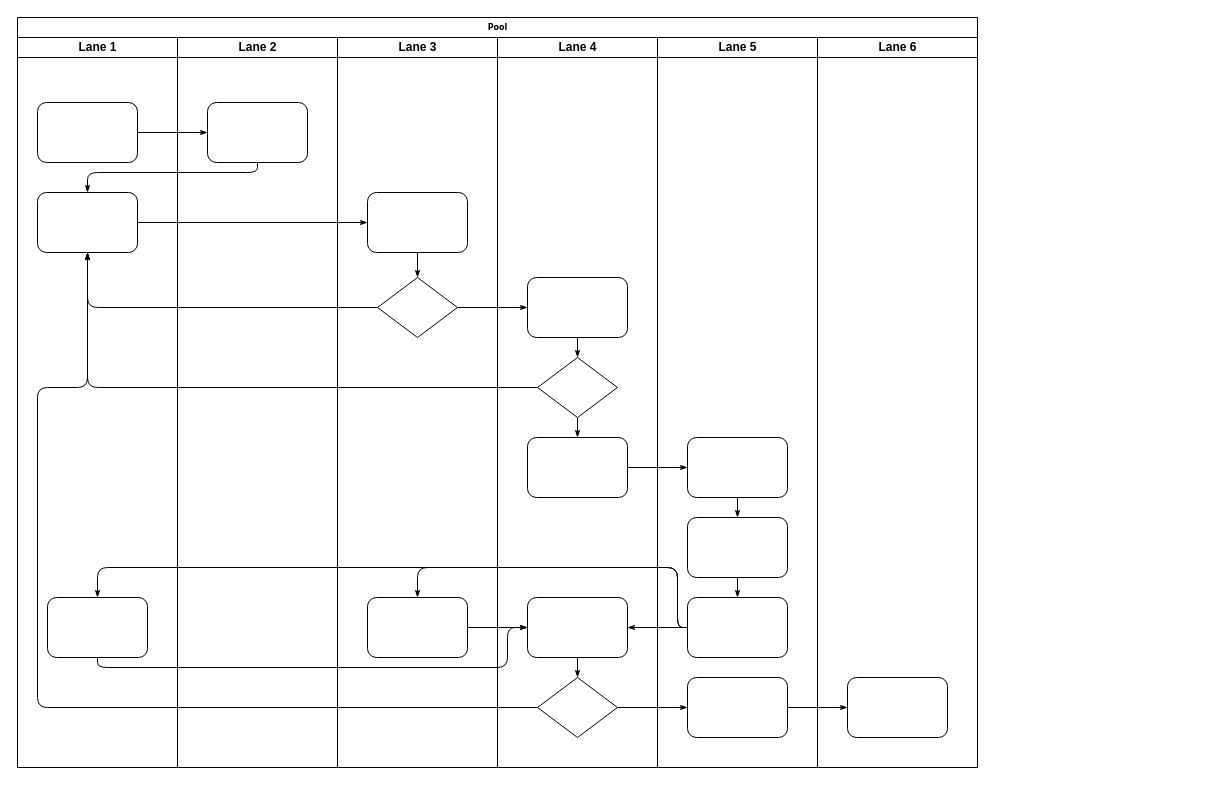
Earlier version of the draw.io diagram Untitled Diagram.drawio (iamcalegari/app-ic). Source tidied: cells renumbered, new cells numbered last; positions are measured from the earlier drawing's top-left corner, leaving out a move shared by most shapes. Both pictures are drawn from the tidied source at 100%, with x=0, y=0 at pixel (17, 17).
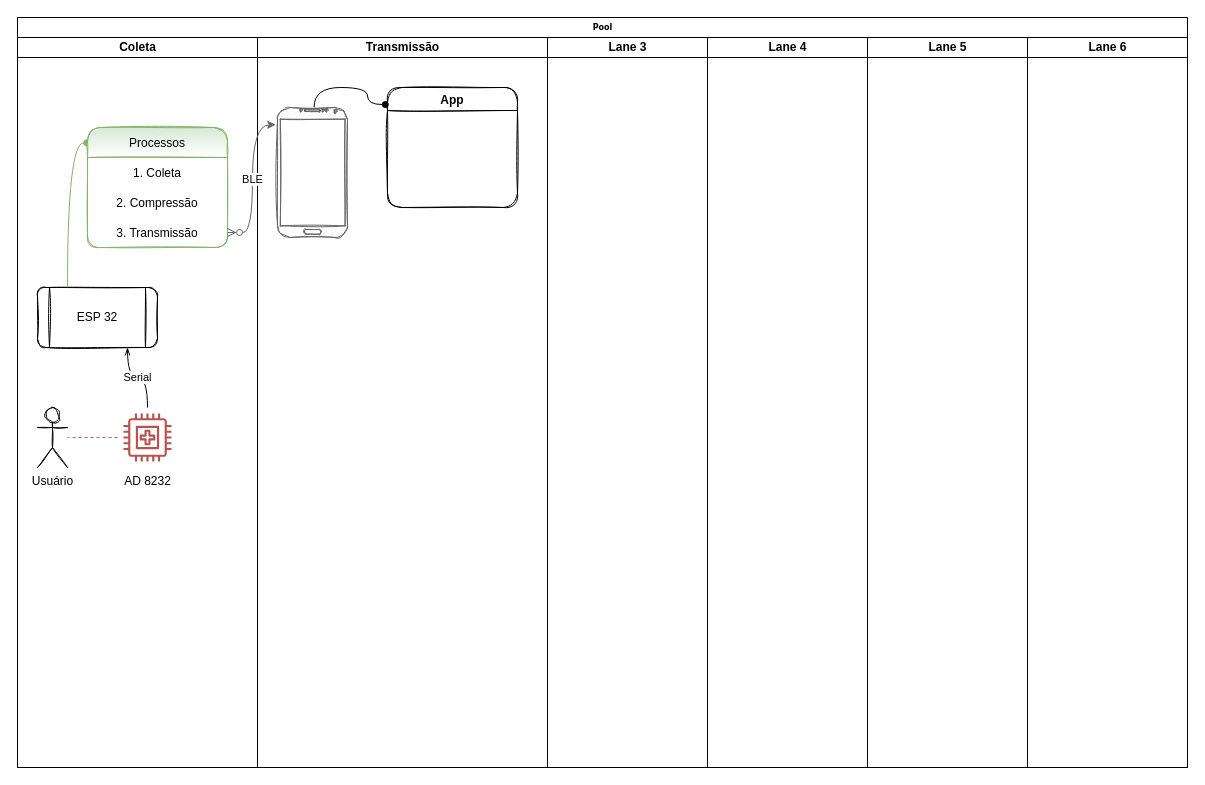
The same page after the edit.

Change to the diagram source:
```diff
@@
     <mxCell id="2" value="Pool" style="swimlane;html=1;startSize=20;rounded=0;shadow=0;labelBackgroundColor=none;strokeWidth=1;fontFamily=Verdana;fontSize=8;align=center;" parent="1" vertex="1">
-      <mxGeometry width="960" height="750" as="geometry" />
+      <mxGeometry width="1170" height="750" as="geometry" />
     </mxCell>
-    <mxCell id="3" value="Lane 1" style="swimlane;html=1;startSize=20;" parent="2" vertex="1">
-      <mxGeometry y="20" width="160" height="730" as="geometry" />
+    <mxCell id="3" value="Coleta" style="swimlane;html=1;startSize=20;" parent="2" vertex="1">
+      <mxGeometry y="20" width="240" height="730" as="geometry" />
     </mxCell>
-    <mxCell id="4" style="rounded=1;whiteSpace=wrap;html=1;shadow=0;labelBackgroundColor=none;strokeWidth=1;fontFamily=Verdana;fontSize=8;align=center;" parent="3" vertex="1">
-      <mxGeometry x="20" y="65" width="100" height="60" as="geometry" />
-    </mxCell>
-    <mxCell id="5" style="rounded=1;whiteSpace=wrap;html=1;shadow=0;labelBackgroundColor=none;strokeWidth=1;fontFamily=Verdana;fontSize=8;align=center;" parent="3" vertex="1">
-      <mxGeometry x="20" y="155" width="100" height="60" as="geometry" />
-    </mxCell>
-    <mxCell id="6" style="rounded=1;whiteSpace=wrap;html=1;shadow=0;labelBackgroundColor=none;strokeWidth=1;fontFamily=Verdana;fontSize=8;align=center;" parent="3" vertex="1">
-      <mxGeometry x="30" y="560" width="100" height="60" as="geometry" />
-    </mxCell>
-    <mxCell id="7" style="edgeStyle=orthogonalEdgeStyle;rounded=1;html=1;labelBackgroundColor=none;startArrow=none;startFill=0;startSize=5;endArrow=classicThin;endFill=1;endSize=5;jettySize=auto;strokeWidth=1;fontFamily=Verdana;fontSize=8;" parent="2" edge="1" source="4" target="23">
-      <mxGeometry relative="1" as="geometry" />
-    </mxCell>
-    <mxCell id="8" style="edgeStyle=orthogonalEdgeStyle;rounded=1;html=1;labelBackgroundColor=none;startArrow=none;startFill=0;startSize=5;endArrow=classicThin;endFill=1;endSize=5;jettySize=auto;strokeWidth=1;fontFamily=Verdana;fontSize=8;" parent="2" edge="1" source="23" target="5">
-      <mxGeometry relative="1" as="geometry">
-        <Array as="points">
-          <mxPoint x="240" y="155" />
-          <mxPoint x="70" y="155" />
-        </Array>
-      </mxGeometry>
-    </mxCell>
-    <mxCell id="9" style="edgeStyle=orthogonalEdgeStyle;rounded=1;html=1;labelBackgroundColor=none;startArrow=none;startFill=0;startSize=5;endArrow=classicThin;endFill=1;endSize=5;jettySize=auto;strokeWidth=1;fontFamily=Verdana;fontSize=8;" parent="2" edge="1" source="5" target="25">
-      <mxGeometry relative="1" as="geometry" />
-    </mxCell>
-    <mxCell id="10" style="edgeStyle=orthogonalEdgeStyle;rounded=1;html=1;labelBackgroundColor=none;startArrow=none;startFill=0;startSize=5;endArrow=classicThin;endFill=1;endSize=5;jettySize=auto;strokeWidth=1;fontFamily=Verdana;fontSize=8;" parent="2" edge="1" source="26" target="5">
-      <mxGeometry relative="1" as="geometry" />
-    </mxCell>
-    <mxCell id="11" style="edgeStyle=orthogonalEdgeStyle;rounded=1;html=1;labelBackgroundColor=none;startArrow=none;startFill=0;startSize=5;endArrow=classicThin;endFill=1;endSize=5;jettySize=auto;strokeWidth=1;fontFamily=Verdana;fontSize=8;" parent="2" edge="1" source="31" target="5">
-      <mxGeometry relative="1" as="geometry" />
-    </mxCell>
-    <mxCell id="12" style="edgeStyle=orthogonalEdgeStyle;rounded=1;html=1;labelBackgroundColor=none;startArrow=none;startFill=0;startSize=5;endArrow=classicThin;endFill=1;endSize=5;jettySize=auto;strokeWidth=1;fontFamily=Verdana;fontSize=8;" parent="2" edge="1" source="34" target="5">
-      <mxGeometry relative="1" as="geometry">
-        <Array as="points">
-          <mxPoint x="20" y="690" />
-          <mxPoint x="20" y="370" />
-          <mxPoint x="70" y="370" />
-        </Array>
-      </mxGeometry>
-    </mxCell>
-    <mxCell id="13" style="edgeStyle=orthogonalEdgeStyle;rounded=1;html=1;labelBackgroundColor=none;startArrow=none;startFill=0;startSize=5;endArrow=classicThin;endFill=1;endSize=5;jettySize=auto;strokeWidth=1;fontFamily=Verdana;fontSize=8;" parent="2" edge="1" source="26" target="30">
-      <mxGeometry relative="1" as="geometry" />
-    </mxCell>
-    <mxCell id="14" style="edgeStyle=orthogonalEdgeStyle;rounded=1;html=1;labelBackgroundColor=none;startArrow=none;startFill=0;startSize=5;endArrow=classicThin;endFill=1;endSize=5;jettySize=auto;strokeWidth=1;fontFamily=Verdana;fontSize=8;" parent="2" edge="1" source="34" target="42">
-      <mxGeometry relative="1" as="geometry" />
-    </mxCell>
-    <mxCell id="15" style="edgeStyle=orthogonalEdgeStyle;rounded=1;html=1;labelBackgroundColor=none;startArrow=none;startFill=0;startSize=5;endArrow=classicThin;endFill=1;endSize=5;jettySize=auto;strokeWidth=1;fontFamily=Verdana;fontSize=8;" parent="2" edge="1" source="42" target="46">
-      <mxGeometry relative="1" as="geometry" />
-    </mxCell>
-    <mxCell id="16" style="edgeStyle=orthogonalEdgeStyle;rounded=1;html=1;labelBackgroundColor=none;startArrow=none;startFill=0;startSize=5;endArrow=classicThin;endFill=1;endSize=5;jettySize=auto;strokeWidth=1;fontFamily=Verdana;fontSize=8;" parent="2" edge="1" source="32" target="39">
-      <mxGeometry relative="1" as="geometry" />
-    </mxCell>
-    <mxCell id="17" style="edgeStyle=orthogonalEdgeStyle;rounded=1;html=1;labelBackgroundColor=none;startArrow=none;startFill=0;startSize=5;endArrow=classicThin;endFill=1;endSize=5;jettySize=auto;strokeWidth=1;fontFamily=Verdana;fontSize=8;" parent="2" edge="1" source="41" target="27">
-      <mxGeometry relative="1" as="geometry">
-        <Array as="points">
-          <mxPoint x="660" y="610" />
-          <mxPoint x="660" y="550" />
-          <mxPoint x="400" y="550" />
-        </Array>
-      </mxGeometry>
-    </mxCell>
-    <mxCell id="18" style="edgeStyle=orthogonalEdgeStyle;rounded=1;html=1;labelBackgroundColor=none;startArrow=none;startFill=0;startSize=5;endArrow=classicThin;endFill=1;endSize=5;jettySize=auto;strokeColor=#000000;strokeWidth=1;fontFamily=Verdana;fontSize=8;fontColor=#000000;" parent="2" edge="1" source="41" target="33">
-      <mxGeometry relative="1" as="geometry" />
-    </mxCell>
-    <mxCell id="19" style="edgeStyle=orthogonalEdgeStyle;rounded=1;html=1;labelBackgroundColor=none;startArrow=none;startFill=0;startSize=5;endArrow=classicThin;endFill=1;endSize=5;jettySize=auto;strokeWidth=1;fontFamily=Verdana;fontSize=8;" parent="2" edge="1" source="41" target="6">
-      <mxGeometry relative="1" as="geometry">
-        <Array as="points">
-          <mxPoint x="660" y="610" />
-          <mxPoint x="660" y="550" />
-          <mxPoint x="80" y="550" />
-        </Array>
-      </mxGeometry>
-    </mxCell>
-    <mxCell id="20" style="edgeStyle=orthogonalEdgeStyle;rounded=1;html=1;labelBackgroundColor=none;startArrow=none;startFill=0;startSize=5;endArrow=classicThin;endFill=1;endSize=5;jettySize=auto;strokeWidth=1;fontFamily=Verdana;fontSize=8;" parent="2" edge="1" source="6" target="33">
-      <mxGeometry relative="1" as="geometry">
-        <Array as="points">
-          <mxPoint x="80" y="650" />
-          <mxPoint x="490" y="650" />
-          <mxPoint x="490" y="610" />
-        </Array>
-      </mxGeometry>
-    </mxCell>
-    <mxCell id="21" style="edgeStyle=orthogonalEdgeStyle;rounded=1;html=1;labelBackgroundColor=none;startArrow=none;startFill=0;startSize=5;endArrow=classicThin;endFill=1;endSize=5;jettySize=auto;strokeWidth=1;fontFamily=Verdana;fontSize=8;" parent="2" edge="1" source="27" target="33">
-      <mxGeometry relative="1" as="geometry" />
-    </mxCell>
+    <mxCell id="47" value="Usuário" style="shape=umlActor;verticalLabelPosition=bottom;verticalAlign=top;html=1;outlineConnect=0;sketch=1;" parent="3" vertex="1">
+      <mxGeometry x="20" y="370" width="30" height="60" as="geometry" />
+    </mxCell>
+    <mxCell id="48" value="Serial" style="edgeStyle=orthogonalEdgeStyle;curved=1;jettySize=auto;html=1;entryX=0.75;entryY=1;entryDx=0;entryDy=0;endArrow=openThin;endFill=0;" parent="3" edge="1" source="50" target="52">
+      <mxGeometry relative="1" as="geometry" />
+    </mxCell>
+    <mxCell id="49" style="edgeStyle=orthogonalEdgeStyle;curved=1;jettySize=auto;html=1;dashed=1;endArrow=none;endFill=0;fillColor=#f8cecc;strokeColor=#b85450;" parent="3" edge="1" source="50" target="47">
+      <mxGeometry relative="1" as="geometry" />
+    </mxCell>
+    <mxCell id="50" value="AD 8232" style="sketch=0;outlineConnect=0;strokeColor=#b85450;fillColor=none;dashed=0;verticalLabelPosition=bottom;verticalAlign=top;align=center;html=1;fontSize=12;fontStyle=0;shape=mxgraph.aws4.resourceIcon;resIcon=mxgraph.aws4.medical_emergency;shadow=0;" parent="3" vertex="1">
+      <mxGeometry x="100" y="370" width="60" height="60" as="geometry" />
+    </mxCell>
+    <mxCell id="51" style="edgeStyle=orthogonalEdgeStyle;curved=1;jettySize=auto;html=1;exitX=0.25;exitY=0;exitDx=0;exitDy=0;entryX=-0.006;entryY=0.128;entryDx=0;entryDy=0;entryPerimeter=0;endArrow=oval;endFill=1;fillColor=#d5e8d4;strokeColor=#82b366;" parent="3" edge="1" source="52" target="53">
+      <mxGeometry relative="1" as="geometry" />
+    </mxCell>
+    <mxCell id="52" value="ESP 32" style="shape=process;whiteSpace=wrap;html=1;backgroundOutline=1;glass=0;rounded=1;sketch=1;" parent="3" vertex="1">
+      <mxGeometry x="20" y="250" width="120" height="60" as="geometry" />
+    </mxCell>
+    <mxCell id="53" value="Processos" style="swimlane;fontStyle=0;horizontal=1;startSize=30;glass=0;sketch=1;rounded=1;fillColor=#d5e8d4;strokeColor=#82b366;gradientColor=#ffffff;" parent="3" vertex="1">
+      <mxGeometry x="70" y="90" width="140" height="120" as="geometry" />
+    </mxCell>
+    <mxCell id="54" value="1. Coleta" style="text;strokeColor=none;fillColor=none;align=center;verticalAlign=middle;spacingLeft=4;spacingRight=4;overflow=hidden;" parent="53" vertex="1">
+      <mxGeometry y="30" width="140" height="30" as="geometry" />
+    </mxCell>
+    <mxCell id="55" value="2. Compressão" style="text;strokeColor=none;fillColor=none;align=center;verticalAlign=middle;spacingLeft=4;spacingRight=4;overflow=hidden;" parent="53" vertex="1">
+      <mxGeometry y="60" width="140" height="30" as="geometry" />
+    </mxCell>
+    <mxCell id="56" value="3. Transmissão" style="text;strokeColor=none;fillColor=none;align=center;verticalAlign=middle;spacingLeft=4;spacingRight=4;overflow=hidden;points=[[0,0.5],[1,0.5]];portConstraint=eastwest;" parent="53" vertex="1">
+      <mxGeometry y="90" width="140" height="30" as="geometry" />
+    </mxCell>
-    <mxCell id="22" value="Lane 2" style="swimlane;html=1;startSize=20;" parent="2" vertex="1">
-      <mxGeometry x="160" y="20" width="160" height="730" as="geometry" />
+    <mxCell id="22" value="Transmissão" style="swimlane;html=1;startSize=20;" parent="2" vertex="1">
+      <mxGeometry x="240" y="20" width="290" height="730" as="geometry" />
     </mxCell>
-    <mxCell id="23" style="rounded=1;whiteSpace=wrap;html=1;shadow=0;labelBackgroundColor=none;strokeWidth=1;fontFamily=Verdana;fontSize=8;align=center;" parent="22" vertex="1">
-      <mxGeometry x="30" y="65" width="100" height="60" as="geometry" />
-    </mxCell>
+    <mxCell id="57" style="verticalLabelPosition=bottom;verticalAlign=top;html=1;shadow=0;dashed=0;strokeWidth=1;shape=mxgraph.android.phone2;strokeColor=#666666;rounded=1;glass=0;sketch=1;fillColor=#f5f5f5;fontColor=#333333;" parent="22" vertex="1">
+      <mxGeometry x="20" y="70" width="70" height="130" as="geometry" />
+    </mxCell>
     <mxCell id="24" value="Lane 3" style="swimlane;html=1;startSize=20;" parent="2" vertex="1">
-      <mxGeometry x="320" y="20" width="160" height="730" as="geometry" />
+      <mxGeometry x="530" y="20" width="160" height="730" as="geometry" />
     </mxCell>
-    <mxCell id="25" style="rounded=1;whiteSpace=wrap;html=1;shadow=0;labelBackgroundColor=none;strokeWidth=1;fontFamily=Verdana;fontSize=8;align=center;" parent="24" vertex="1">
-      <mxGeometry x="30" y="155" width="100" height="60" as="geometry" />
-    </mxCell>
-    <mxCell id="26" style="rhombus;whiteSpace=wrap;html=1;rounded=0;shadow=0;labelBackgroundColor=none;strokeWidth=1;fontFamily=Verdana;fontSize=8;align=center;" parent="24" vertex="1">
-      <mxGeometry x="40" y="240" width="80" height="60" as="geometry" />
-    </mxCell>
-    <mxCell id="27" style="rounded=1;whiteSpace=wrap;html=1;shadow=0;labelBackgroundColor=none;strokeWidth=1;fontFamily=Verdana;fontSize=8;align=center;" parent="24" vertex="1">
-      <mxGeometry x="30" y="560" width="100" height="60" as="geometry" />
-    </mxCell>
-    <mxCell id="28" style="edgeStyle=orthogonalEdgeStyle;rounded=1;html=1;labelBackgroundColor=none;startArrow=none;startFill=0;startSize=5;endArrow=classicThin;endFill=1;endSize=5;jettySize=auto;strokeWidth=1;fontFamily=Verdana;fontSize=8;" parent="24" edge="1" source="25" target="26">
-      <mxGeometry relative="1" as="geometry" />
-    </mxCell>
+    <mxCell id="58" value="App" style="swimlane;rounded=1;shadow=0;glass=0;sketch=1;fillColor=none;gradientColor=#ffffff;arcSize=21;" parent="24" vertex="1">
+      <mxGeometry x="-160" y="50" width="130" height="120" as="geometry" />
+    </mxCell>
     <mxCell id="29" value="Lane 4" style="swimlane;html=1;startSize=20;" parent="2" vertex="1">
-      <mxGeometry x="480" y="20" width="160" height="730" as="geometry" />
+      <mxGeometry x="690" y="20" width="160" height="730" as="geometry" />
     </mxCell>
-    <mxCell id="30" style="rounded=1;whiteSpace=wrap;html=1;shadow=0;labelBackgroundColor=none;strokeWidth=1;fontFamily=Verdana;fontSize=8;align=center;" parent="29" vertex="1">
-      <mxGeometry x="30" y="240" width="100" height="60" as="geometry" />
-    </mxCell>
-    <mxCell id="31" style="rhombus;whiteSpace=wrap;html=1;rounded=0;shadow=0;labelBackgroundColor=none;strokeWidth=1;fontFamily=Verdana;fontSize=8;align=center;" parent="29" vertex="1">
-      <mxGeometry x="40" y="320" width="80" height="60" as="geometry" />
-    </mxCell>
-    <mxCell id="32" style="rounded=1;whiteSpace=wrap;html=1;shadow=0;labelBackgroundColor=none;strokeWidth=1;fontFamily=Verdana;fontSize=8;align=center;" parent="29" vertex="1">
-      <mxGeometry x="30" y="400" width="100" height="60" as="geometry" />
-    </mxCell>
-    <mxCell id="33" style="rounded=1;whiteSpace=wrap;html=1;shadow=0;labelBackgroundColor=none;strokeWidth=1;fontFamily=Verdana;fontSize=8;align=center;" parent="29" vertex="1">
-      <mxGeometry x="30" y="560" width="100" height="60" as="geometry" />
-    </mxCell>
-    <mxCell id="34" style="rhombus;whiteSpace=wrap;html=1;rounded=0;shadow=0;labelBackgroundColor=none;strokeWidth=1;fontFamily=Verdana;fontSize=8;align=center;" parent="29" vertex="1">
-      <mxGeometry x="40" y="640" width="80" height="60" as="geometry" />
-    </mxCell>
-    <mxCell id="35" style="edgeStyle=orthogonalEdgeStyle;rounded=1;html=1;labelBackgroundColor=none;startArrow=none;startFill=0;startSize=5;endArrow=classicThin;endFill=1;endSize=5;jettySize=auto;strokeColor=#000000;strokeWidth=1;fontFamily=Verdana;fontSize=8;fontColor=#000000;" parent="29" edge="1" source="30" target="31">
-      <mxGeometry relative="1" as="geometry" />
-    </mxCell>
-    <mxCell id="36" style="edgeStyle=orthogonalEdgeStyle;rounded=1;html=1;labelBackgroundColor=none;startArrow=none;startFill=0;startSize=5;endArrow=classicThin;endFill=1;endSize=5;jettySize=auto;strokeWidth=1;fontFamily=Verdana;fontSize=8;" parent="29" edge="1" source="31" target="32">
-      <mxGeometry relative="1" as="geometry" />
-    </mxCell>
-    <mxCell id="37" style="edgeStyle=orthogonalEdgeStyle;rounded=1;html=1;labelBackgroundColor=none;startArrow=none;startFill=0;startSize=5;endArrow=classicThin;endFill=1;endSize=5;jettySize=auto;strokeWidth=1;fontFamily=Verdana;fontSize=8;" parent="29" edge="1" source="33" target="34">
-      <mxGeometry relative="1" as="geometry" />
-    </mxCell>
     <mxCell id="38" value="Lane 5" style="swimlane;html=1;startSize=20;" parent="2" vertex="1">
-      <mxGeometry x="640" y="20" width="160" height="730" as="geometry" />
+      <mxGeometry x="850" y="20" width="160" height="730" as="geometry" />
     </mxCell>
-    <mxCell id="39" style="rounded=1;whiteSpace=wrap;html=1;shadow=0;labelBackgroundColor=none;strokeWidth=1;fontFamily=Verdana;fontSize=8;align=center;" parent="38" vertex="1">
-      <mxGeometry x="30" y="400" width="100" height="60" as="geometry" />
-    </mxCell>
-    <mxCell id="40" style="rounded=1;whiteSpace=wrap;html=1;shadow=0;labelBackgroundColor=none;strokeWidth=1;fontFamily=Verdana;fontSize=8;align=center;" parent="38" vertex="1">
-      <mxGeometry x="30" y="480" width="100" height="60" as="geometry" />
-    </mxCell>
-    <mxCell id="41" style="rounded=1;whiteSpace=wrap;html=1;shadow=0;labelBackgroundColor=none;strokeWidth=1;fontFamily=Verdana;fontSize=8;align=center;" parent="38" vertex="1">
-      <mxGeometry x="30" y="560" width="100" height="60" as="geometry" />
-    </mxCell>
-    <mxCell id="42" style="rounded=1;whiteSpace=wrap;html=1;shadow=0;labelBackgroundColor=none;strokeWidth=1;fontFamily=Verdana;fontSize=8;align=center;" parent="38" vertex="1">
-      <mxGeometry x="30" y="640" width="100" height="60" as="geometry" />
-    </mxCell>
-    <mxCell id="43" style="edgeStyle=orthogonalEdgeStyle;rounded=1;html=1;labelBackgroundColor=none;startArrow=none;startFill=0;startSize=5;endArrow=classicThin;endFill=1;endSize=5;jettySize=auto;strokeWidth=1;fontFamily=Verdana;fontSize=8;" parent="38" edge="1" source="39" target="40">
-      <mxGeometry relative="1" as="geometry" />
-    </mxCell>
-    <mxCell id="44" style="edgeStyle=orthogonalEdgeStyle;rounded=1;html=1;labelBackgroundColor=none;startArrow=none;startFill=0;startSize=5;endArrow=classicThin;endFill=1;endSize=5;jettySize=auto;strokeWidth=1;fontFamily=Verdana;fontSize=8;" parent="38" edge="1" source="40" target="41">
-      <mxGeometry relative="1" as="geometry" />
-    </mxCell>
     <mxCell id="45" value="Lane 6" style="swimlane;html=1;startSize=20;" parent="2" vertex="1">
-      <mxGeometry x="800" y="20" width="160" height="730" as="geometry" />
+      <mxGeometry x="1010" y="20" width="160" height="730" as="geometry" />
     </mxCell>
-    <mxCell id="46" style="rounded=1;whiteSpace=wrap;html=1;shadow=0;labelBackgroundColor=none;strokeWidth=1;fontFamily=Verdana;fontSize=8;align=center;" parent="45" vertex="1">
-      <mxGeometry x="30" y="640" width="100" height="60" as="geometry" />
-    </mxCell>
+    <mxCell id="59" value="BLE" style="edgeStyle=orthogonalEdgeStyle;curved=1;jettySize=auto;html=1;entryX=-0.025;entryY=0.133;entryDx=0;entryDy=0;entryPerimeter=0;endArrow=classic;endFill=1;fillColor=#f5f5f5;strokeColor=#666666;startArrow=ERzeroToMany;startFill=0;" parent="2" edge="1" source="56" target="57">
+      <mxGeometry relative="1" as="geometry">
+        <Array as="points">
+          <mxPoint x="235" y="215" />
+          <mxPoint x="235" y="107" />
+        </Array>
+      </mxGeometry>
+    </mxCell>
+    <mxCell id="60" style="edgeStyle=orthogonalEdgeStyle;curved=1;jettySize=auto;html=1;entryX=-0.017;entryY=0.142;entryDx=0;entryDy=0;startArrow=none;startFill=0;endArrow=oval;endFill=1;entryPerimeter=0;exitX=0.523;exitY=-0.002;exitDx=0;exitDy=0;exitPerimeter=0;" parent="2" edge="1" source="57" target="58">
+      <mxGeometry relative="1" as="geometry" />
+    </mxCell>
```
